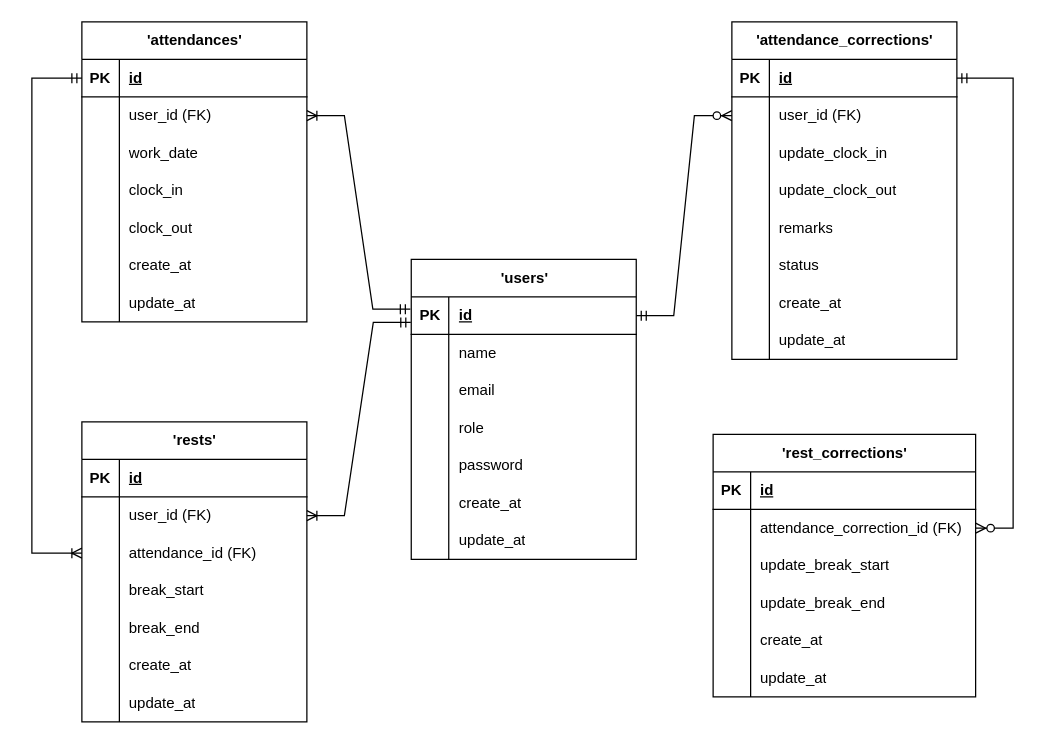
matayoshi-han/attendance-app keeps this draw.io diagram as erd.drawio. Above is the earlier version. Source tidied: cells renumbered, new cells numbered last; positions are measured from the earlier drawing's top-left corner, leaving out a move shared by most shapes. Both pictures are drawn from the tidied source at 125%, with x=0, y=0 at pixel (31, 21).
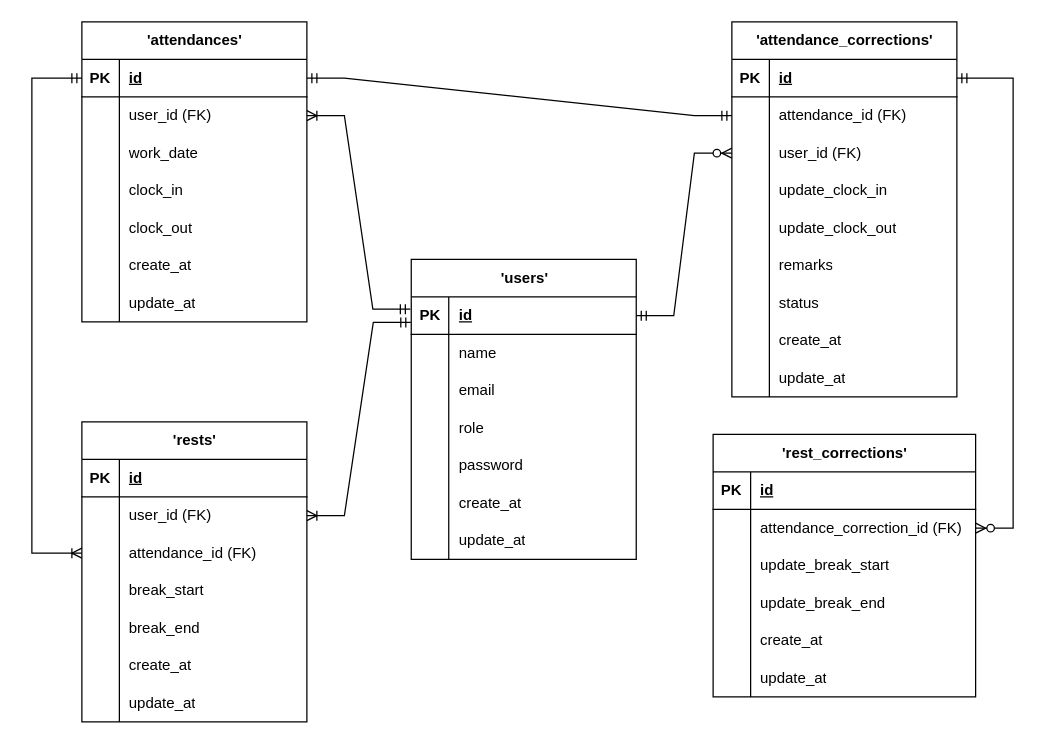
The same diagram, later.

Unchanged cells that the change refers to:
```xml
<mxCell id="3" style="shape=tableRow;horizontal=0;startSize=0;swimlaneHead=0;swimlaneBody=0;fillColor=none;points=[[0,0.5],[1,0.5]];portConstraint=eastwest;top=0;left=0;right=0;bottom=1;" parent="2" vertex="1">
  <mxGeometry y="30" width="180" height="30" as="geometry" />
</mxCell>
<mxCell id="25" style="shape=tableRow;horizontal=0;startSize=0;swimlaneHead=0;swimlaneBody=0;fillColor=none;points=[[0,0.5],[1,0.5]];portConstraint=eastwest;top=0;left=0;right=0;bottom=1;" parent="24" vertex="1">
  <mxGeometry y="30" width="180" height="30" as="geometry" />
</mxCell>
<mxCell id="50" style="shape=tableRow;horizontal=0;startSize=0;swimlaneHead=0;swimlaneBody=0;fillColor=none;points=[[0,0.5],[1,0.5]];portConstraint=eastwest;top=0;left=0;right=0;bottom=0;" parent="46" vertex="1">
  <mxGeometry y="60" width="180" height="30" as="geometry" />
</mxCell>
```

The edit, as a diff of the source:
```diff
@@
     <mxCell id="46" value="'attendance_corrections'" style="shape=table;startSize=30;childLayout=tableLayout;rowLines=0;fontStyle=1;align=center;html=1;" parent="1" vertex="1">
-      <mxGeometry x="560" width="180" height="270" as="geometry" />
+      <mxGeometry x="560" width="180" height="300" as="geometry" />
     </mxCell>
@@
-    <mxCell id="52" value="user_id (FK)" style="shape=partialRectangle;fillColor=none;top=0;left=0;bottom=0;right=0;align=left;spacingLeft=6;overflow=hidden;whiteSpace=wrap;html=1;" parent="50" vertex="1">
+    <mxCell id="52" value="&lt;span style=&quot;color: rgb(0, 0, 0);&quot;&gt;attendance_id (FK)&lt;/span&gt;" style="shape=partialRectangle;fillColor=none;top=0;left=0;bottom=0;right=0;align=left;spacingLeft=6;overflow=hidden;whiteSpace=wrap;html=1;" parent="50" vertex="1">
       <mxGeometry x="30" width="150" height="30" as="geometry" />
     </mxCell>
+    <mxCell id="117" style="shape=tableRow;horizontal=0;startSize=0;swimlaneHead=0;swimlaneBody=0;fillColor=none;points=[[0,0.5],[1,0.5]];portConstraint=eastwest;top=0;left=0;right=0;bottom=0;" parent="46" vertex="1">
+      <mxGeometry y="90" width="180" height="30" as="geometry" />
+    </mxCell>
+    <mxCell id="118" style="shape=partialRectangle;fillColor=none;top=0;left=0;bottom=0;right=0;overflow=hidden;whiteSpace=wrap;html=1;" parent="117" vertex="1">
+      <mxGeometry width="30" height="30" as="geometry" />
+    </mxCell>
+    <mxCell id="119" value="&lt;span style=&quot;color: rgb(0, 0, 0);&quot;&gt;user_id (FK)&lt;/span&gt;" style="shape=partialRectangle;fillColor=none;top=0;left=0;bottom=0;right=0;align=left;spacingLeft=6;overflow=hidden;whiteSpace=wrap;html=1;" parent="117" vertex="1">
+      <mxGeometry x="30" width="150" height="30" as="geometry" />
+    </mxCell>
     <mxCell id="53" style="shape=tableRow;horizontal=0;startSize=0;swimlaneHead=0;swimlaneBody=0;fillColor=none;top=0;left=0;right=0;bottom=0;" parent="46" vertex="1">
-      <mxGeometry y="90" width="180" height="30" as="geometry" />
+      <mxGeometry y="120" width="180" height="30" as="geometry" />
     </mxCell>
@@
     <mxCell id="56" style="shape=tableRow;horizontal=0;startSize=0;swimlaneHead=0;swimlaneBody=0;fillColor=none;top=0;left=0;right=0;bottom=0;" parent="46" vertex="1">
-      <mxGeometry y="120" width="180" height="30" as="geometry" />
+      <mxGeometry y="150" width="180" height="30" as="geometry" />
     </mxCell>
@@
     <mxCell id="59" style="shape=tableRow;horizontal=0;startSize=0;swimlaneHead=0;swimlaneBody=0;fillColor=none;top=0;left=0;right=0;bottom=0;" parent="46" vertex="1">
-      <mxGeometry y="150" width="180" height="30" as="geometry" />
+      <mxGeometry y="180" width="180" height="30" as="geometry" />
     </mxCell>
@@
     <mxCell id="62" style="shape=tableRow;horizontal=0;startSize=0;swimlaneHead=0;swimlaneBody=0;fillColor=none;top=0;left=0;right=0;bottom=0;" parent="46" vertex="1">
-      <mxGeometry y="180" width="180" height="30" as="geometry" />
+      <mxGeometry y="210" width="180" height="30" as="geometry" />
     </mxCell>
@@
     <mxCell id="65" style="shape=tableRow;horizontal=0;startSize=0;swimlaneHead=0;swimlaneBody=0;fillColor=none;top=0;left=0;right=0;bottom=0;" parent="46" vertex="1">
-      <mxGeometry y="210" width="180" height="30" as="geometry" />
+      <mxGeometry y="240" width="180" height="30" as="geometry" />
     </mxCell>
@@
     <mxCell id="68" style="shape=tableRow;horizontal=0;startSize=0;swimlaneHead=0;swimlaneBody=0;fillColor=none;top=0;left=0;right=0;bottom=0;" parent="46" vertex="1">
-      <mxGeometry y="240" width="180" height="30" as="geometry" />
+      <mxGeometry y="270" width="180" height="30" as="geometry" />
     </mxCell>
@@
-    <mxCell id="113" style="edgeStyle=entityRelationEdgeStyle;fontSize=12;html=1;endArrow=ERzeroToMany;startArrow=ERmandOne;rounded=0;curved=0;entryX=0;entryY=0.5;entryDx=0;entryDy=0;exitX=1;exitY=0.5;exitDx=0;exitDy=0;" parent="1" edge="1" source="3" target="50">
+    <mxCell id="113" style="edgeStyle=entityRelationEdgeStyle;fontSize=12;html=1;endArrow=ERzeroToMany;startArrow=ERmandOne;rounded=0;curved=0;entryX=0;entryY=0.5;entryDx=0;entryDy=0;exitX=1;exitY=0.5;exitDx=0;exitDy=0;" parent="1" edge="1" source="3" target="117">
       <mxGeometry relative="1" as="geometry" />
     </mxCell>
@@
+    <mxCell id="120" style="edgeStyle=entityRelationEdgeStyle;fontSize=12;html=1;endArrow=ERmandOne;startArrow=ERmandOne;rounded=0;curved=0;exitX=1;exitY=0.5;exitDx=0;exitDy=0;entryX=0;entryY=0.5;entryDx=0;entryDy=0;" parent="1" edge="1" source="25" target="50">
+      <mxGeometry relative="1" as="geometry" />
+    </mxCell>
```
